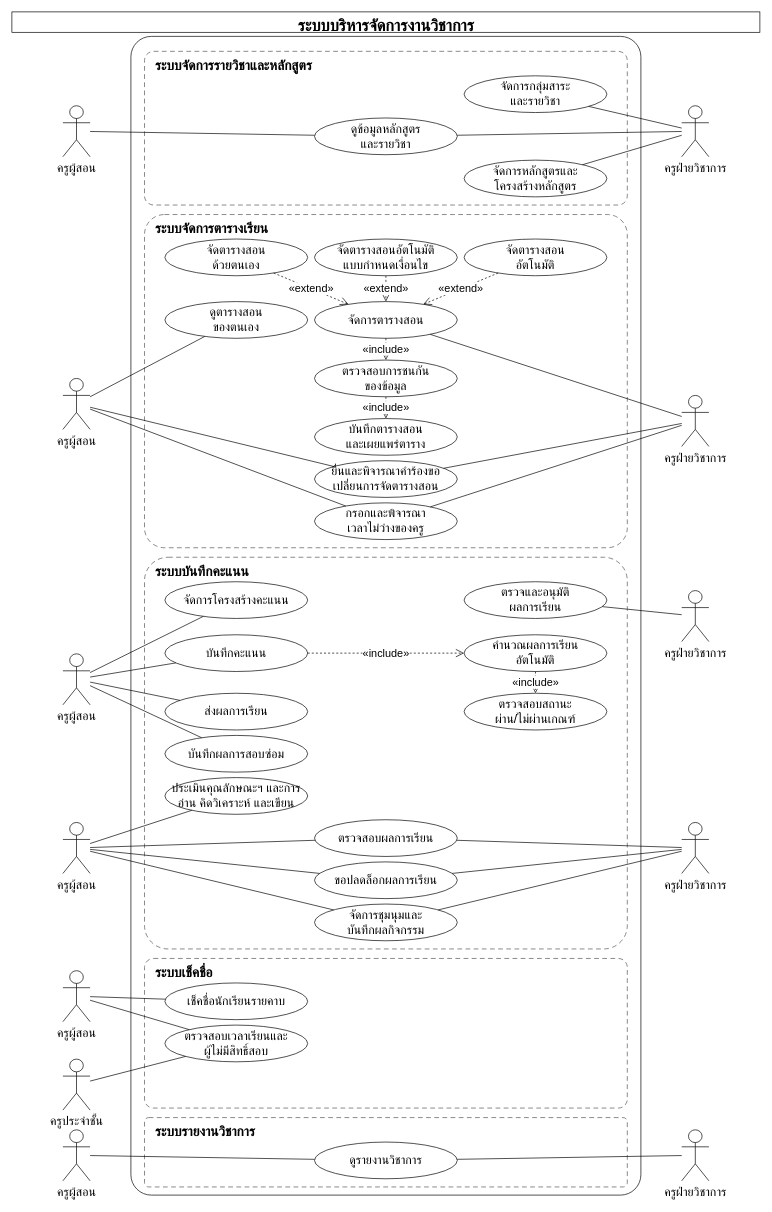
Above: docs/usecase/usecase.drawio in polymercatzz/Academic (draw.io), before the change. Source tidied: cells renumbered, new cells numbered last; positions are measured from the earlier drawing's top-left corner, leaving out a move shared by most shapes. Both pictures are drawn from the tidied source at 68%, with x=0, y=0 at pixel (12, 12).
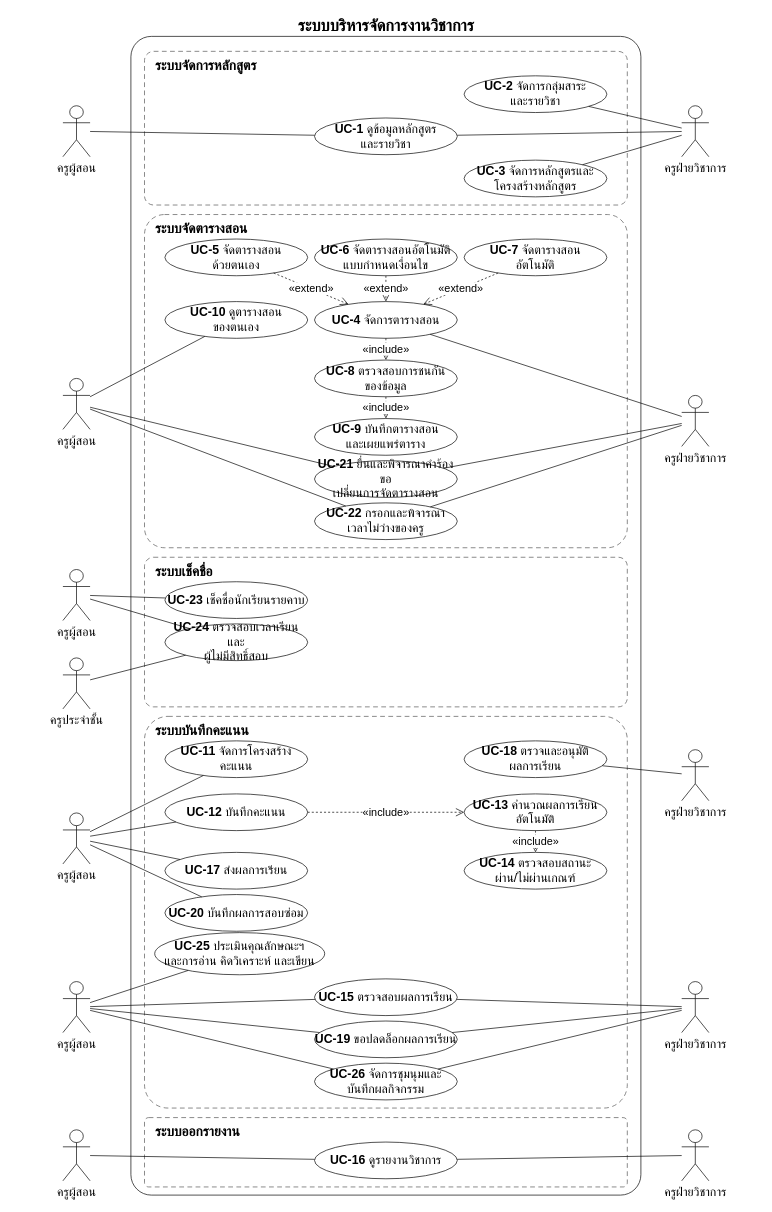
The same diagram, later.

Change to the diagram source:
```diff
@@
-    <mxCell id="2" value="ระบบบริหารจัดการงานวิชาการ" style="text;html=1;fontFamily=TH SarabunPSK;fontSize=18;fontColor=#000000;strokeColor=#000000;fontSize=24;fontStyle=1;align=center;" parent="1" vertex="1">
+    <mxCell id="2" value="ระบบบริหารจัดการงานวิชาการ" style="text;html=1;fontFamily=TH SarabunPSK;fontSize=18;fontColor=#000000;strokeColor=none;fontSize=24;fontStyle=1;align=center;" parent="1" vertex="1">
       <mxGeometry width="1100" height="30" as="geometry" />
     </mxCell>
@@
-    <mxCell id="4" value="ระบบจัดการรายวิชาและหลักสูตร" style="rounded=1;arcSize=6;dashed=1;dashPattern=7 5;fillColor=none;html=1;fontFamily=TH SarabunPSK;fontSize=18;fontColor=#000000;strokeColor=#000000;strokeColor=#555555;fontSize=20;fontStyle=1;align=left;verticalAlign=top;spacingLeft=14;spacingTop=2;" parent="1" vertex="1">
+    <mxCell id="4" value="ระบบจัดการหลักสูตร" style="rounded=1;arcSize=6;dashed=1;dashPattern=7 5;fillColor=none;html=1;fontFamily=TH SarabunPSK;fontSize=18;fontColor=#000000;strokeColor=#000000;strokeColor=#555555;fontSize=20;fontStyle=1;align=left;verticalAlign=top;spacingLeft=14;spacingTop=2;" parent="1" vertex="1">
       <mxGeometry x="195" y="58" width="710" height="226" as="geometry" />
     </mxCell>
-    <mxCell id="5" value="ระบบจัดการตารางเรียน" style="rounded=1;arcSize=6;dashed=1;dashPattern=7 5;fillColor=none;html=1;fontFamily=TH SarabunPSK;fontSize=18;fontColor=#000000;strokeColor=#000000;strokeColor=#555555;fontSize=20;fontStyle=1;align=left;verticalAlign=top;spacingLeft=14;spacingTop=2;" parent="1" vertex="1">
+    <mxCell id="5" value="ระบบจัดตารางสอน" style="rounded=1;arcSize=6;dashed=1;dashPattern=7 5;fillColor=none;html=1;fontFamily=TH SarabunPSK;fontSize=18;fontColor=#000000;strokeColor=#000000;strokeColor=#555555;fontSize=20;fontStyle=1;align=left;verticalAlign=top;spacingLeft=14;spacingTop=2;" parent="1" vertex="1">
       <mxGeometry x="195" y="298" width="710" height="490" as="geometry" />
     </mxCell>
     <mxCell id="6" value="ระบบบันทึกคะแนน" style="rounded=1;arcSize=6;dashed=1;dashPattern=7 5;fillColor=none;html=1;fontFamily=TH SarabunPSK;fontSize=18;fontColor=#000000;strokeColor=#000000;strokeColor=#555555;fontSize=20;fontStyle=1;align=left;verticalAlign=top;spacingLeft=14;spacingTop=2;" parent="1" vertex="1">
-      <mxGeometry x="195" y="802" width="710" height="576" as="geometry" />
+      <mxGeometry x="195" y="1036" width="710" height="576" as="geometry" />
     </mxCell>
     <mxCell id="7" value="ระบบเช็คชื่อ" style="rounded=1;arcSize=6;dashed=1;dashPattern=7 5;fillColor=none;html=1;fontFamily=TH SarabunPSK;fontSize=18;fontColor=#000000;strokeColor=#000000;strokeColor=#555555;fontSize=20;fontStyle=1;align=left;verticalAlign=top;spacingLeft=14;spacingTop=2;" parent="1" vertex="1">
-      <mxGeometry x="195" y="1392" width="710" height="220" as="geometry" />
+      <mxGeometry x="195" y="802" width="710" height="220" as="geometry" />
     </mxCell>
-    <mxCell id="8" value="ระบบรายงานวิชาการ" style="rounded=1;arcSize=6;dashed=1;dashPattern=7 5;fillColor=none;html=1;fontFamily=TH SarabunPSK;fontSize=18;fontColor=#000000;strokeColor=#000000;strokeColor=#555555;fontSize=20;fontStyle=1;align=left;verticalAlign=top;spacingLeft=14;spacingTop=2;" parent="1" vertex="1">
+    <mxCell id="8" value="ระบบออกรายงาน" style="rounded=1;arcSize=6;dashed=1;dashPattern=7 5;fillColor=none;html=1;fontFamily=TH SarabunPSK;fontSize=18;fontColor=#000000;strokeColor=#000000;strokeColor=#555555;fontSize=20;fontStyle=1;align=left;verticalAlign=top;spacingLeft=14;spacingTop=2;" parent="1" vertex="1">
       <mxGeometry x="195" y="1626" width="710" height="102" as="geometry" />
     </mxCell>
-    <mxCell id="9" value="จัดการกลุ่มสาระ&lt;br&gt;และรายวิชา" style="ellipse;whiteSpace=wrap;fillColor=#FFFFFF;html=1;fontFamily=TH SarabunPSK;fontSize=18;fontColor=#000000;strokeColor=#000000;" parent="1" vertex="1">
+    <mxCell id="9" value="&lt;b&gt;UC-2&lt;/b&gt; จัดการกลุ่มสาระ&lt;br&gt;และรายวิชา" style="ellipse;whiteSpace=wrap;fillColor=#FFFFFF;html=1;fontFamily=TH SarabunPSK;fontSize=18;fontColor=#000000;strokeColor=#000000;" parent="1" vertex="1">
       <mxGeometry x="665" y="94" width="210" height="54" as="geometry" />
     </mxCell>
-    <mxCell id="10" value="ดูข้อมูลหลักสูตร&lt;br&gt;และรายวิชา" style="ellipse;whiteSpace=wrap;fillColor=#FFFFFF;html=1;fontFamily=TH SarabunPSK;fontSize=18;fontColor=#000000;strokeColor=#000000;" parent="1" vertex="1">
+    <mxCell id="10" value="&lt;b&gt;UC-1&lt;/b&gt; ดูข้อมูลหลักสูตร&lt;br&gt;และรายวิชา" style="ellipse;whiteSpace=wrap;fillColor=#FFFFFF;html=1;fontFamily=TH SarabunPSK;fontSize=18;fontColor=#000000;strokeColor=#000000;" parent="1" vertex="1">
       <mxGeometry x="445" y="156" width="210" height="54" as="geometry" />
     </mxCell>
-    <mxCell id="11" value="จัดการหลักสูตรและ&lt;br&gt;โครงสร้างหลักสูตร" style="ellipse;whiteSpace=wrap;fillColor=#FFFFFF;html=1;fontFamily=TH SarabunPSK;fontSize=18;fontColor=#000000;strokeColor=#000000;" parent="1" vertex="1">
+    <mxCell id="11" value="&lt;b&gt;UC-3&lt;/b&gt; จัดการหลักสูตรและ&lt;br&gt;โครงสร้างหลักสูตร" style="ellipse;whiteSpace=wrap;fillColor=#FFFFFF;html=1;fontFamily=TH SarabunPSK;fontSize=18;fontColor=#000000;strokeColor=#000000;" parent="1" vertex="1">
       <mxGeometry x="665" y="218" width="210" height="54" as="geometry" />
     </mxCell>
-    <mxCell id="12" value="จัดตารางสอน&lt;br&gt;ด้วยตนเอง" style="ellipse;whiteSpace=wrap;fillColor=#FFFFFF;html=1;fontFamily=TH SarabunPSK;fontSize=18;fontColor=#000000;strokeColor=#000000;" parent="1" vertex="1">
+    <mxCell id="12" value="&lt;b&gt;UC-5&lt;/b&gt; จัดตารางสอน&lt;br&gt;ด้วยตนเอง" style="ellipse;whiteSpace=wrap;fillColor=#FFFFFF;html=1;fontFamily=TH SarabunPSK;fontSize=18;fontColor=#000000;strokeColor=#000000;" parent="1" vertex="1">
       <mxGeometry x="225" y="334" width="210" height="54" as="geometry" />
     </mxCell>
-    <mxCell id="13" value="จัดตารางสอนอัตโนมัติ&lt;br&gt;แบบกำหนดเงื่อนไข" style="ellipse;whiteSpace=wrap;fillColor=#FFFFFF;html=1;fontFamily=TH SarabunPSK;fontSize=18;fontColor=#000000;strokeColor=#000000;" parent="1" vertex="1">
+    <mxCell id="13" value="&lt;b&gt;UC-6&lt;/b&gt; จัดตารางสอนอัตโนมัติ&lt;br&gt;แบบกำหนดเงื่อนไข" style="ellipse;whiteSpace=wrap;fillColor=#FFFFFF;html=1;fontFamily=TH SarabunPSK;fontSize=18;fontColor=#000000;strokeColor=#000000;" parent="1" vertex="1">
       <mxGeometry x="445" y="334" width="210" height="54" as="geometry" />
     </mxCell>
-    <mxCell id="14" value="จัดตารางสอน&lt;br&gt;อัตโนมัติ" style="ellipse;whiteSpace=wrap;fillColor=#FFFFFF;html=1;fontFamily=TH SarabunPSK;fontSize=18;fontColor=#000000;strokeColor=#000000;" parent="1" vertex="1">
+    <mxCell id="14" value="&lt;b&gt;UC-7&lt;/b&gt; จัดตารางสอน&lt;br&gt;อัตโนมัติ" style="ellipse;whiteSpace=wrap;fillColor=#FFFFFF;html=1;fontFamily=TH SarabunPSK;fontSize=18;fontColor=#000000;strokeColor=#000000;" parent="1" vertex="1">
       <mxGeometry x="665" y="334" width="210" height="54" as="geometry" />
     </mxCell>
-    <mxCell id="15" value="ดูตารางสอน&lt;br&gt;ของตนเอง" style="ellipse;whiteSpace=wrap;fillColor=#FFFFFF;html=1;fontFamily=TH SarabunPSK;fontSize=18;fontColor=#000000;strokeColor=#000000;" parent="1" vertex="1">
+    <mxCell id="15" value="&lt;b&gt;UC-10&lt;/b&gt; ดูตารางสอน&lt;br&gt;ของตนเอง" style="ellipse;whiteSpace=wrap;fillColor=#FFFFFF;html=1;fontFamily=TH SarabunPSK;fontSize=18;fontColor=#000000;strokeColor=#000000;" parent="1" vertex="1">
       <mxGeometry x="225" y="426" width="210" height="54" as="geometry" />
     </mxCell>
-    <mxCell id="16" value="จัดการตารางสอน" style="ellipse;whiteSpace=wrap;fillColor=#FFFFFF;html=1;fontFamily=TH SarabunPSK;fontSize=18;fontColor=#000000;strokeColor=#000000;" parent="1" vertex="1">
+    <mxCell id="16" value="&lt;b&gt;UC-4&lt;/b&gt; จัดการตารางสอน" style="ellipse;whiteSpace=wrap;fillColor=#FFFFFF;html=1;fontFamily=TH SarabunPSK;fontSize=18;fontColor=#000000;strokeColor=#000000;" parent="1" vertex="1">
       <mxGeometry x="445" y="426" width="210" height="54" as="geometry" />
     </mxCell>
-    <mxCell id="17" value="ตรวจสอบการชนกัน&lt;br&gt;ของข้อมูล" style="ellipse;whiteSpace=wrap;fillColor=#FFFFFF;html=1;fontFamily=TH SarabunPSK;fontSize=18;fontColor=#000000;strokeColor=#000000;" parent="1" vertex="1">
+    <mxCell id="17" value="&lt;b&gt;UC-8&lt;/b&gt; ตรวจสอบการชนกัน&lt;br&gt;ของข้อมูล" style="ellipse;whiteSpace=wrap;fillColor=#FFFFFF;html=1;fontFamily=TH SarabunPSK;fontSize=18;fontColor=#000000;strokeColor=#000000;" parent="1" vertex="1">
       <mxGeometry x="445" y="512" width="210" height="54" as="geometry" />
     </mxCell>
-    <mxCell id="18" value="บันทึกตารางสอน&lt;br&gt;และเผยแพร่ตาราง" style="ellipse;whiteSpace=wrap;fillColor=#FFFFFF;html=1;fontFamily=TH SarabunPSK;fontSize=18;fontColor=#000000;strokeColor=#000000;" parent="1" vertex="1">
+    <mxCell id="18" value="&lt;b&gt;UC-9&lt;/b&gt; บันทึกตารางสอน&lt;br&gt;และเผยแพร่ตาราง" style="ellipse;whiteSpace=wrap;fillColor=#FFFFFF;html=1;fontFamily=TH SarabunPSK;fontSize=18;fontColor=#000000;strokeColor=#000000;" parent="1" vertex="1">
       <mxGeometry x="445" y="598" width="210" height="54" as="geometry" />
     </mxCell>
-    <mxCell id="19" value="ยื่นและพิจารณาคำร้องขอ&lt;br&gt;เปลี่ยนการจัดตารางสอน" style="ellipse;whiteSpace=wrap;fillColor=#FFFFFF;html=1;fontFamily=TH SarabunPSK;fontSize=18;fontColor=#000000;strokeColor=#000000;" parent="1" vertex="1">
+    <mxCell id="19" value="&lt;b&gt;UC-21&lt;/b&gt; ยื่นและพิจารณาคำร้องขอ&lt;br&gt;เปลี่ยนการจัดตารางสอน" style="ellipse;whiteSpace=wrap;fillColor=#FFFFFF;html=1;fontFamily=TH SarabunPSK;fontSize=18;fontColor=#000000;strokeColor=#000000;" parent="1" vertex="1">
       <mxGeometry x="445" y="660" width="210" height="54" as="geometry" />
     </mxCell>
-    <mxCell id="20" value="กรอกและพิจารณา&lt;br&gt;เวลาไม่ว่างของครู" style="ellipse;whiteSpace=wrap;fillColor=#FFFFFF;html=1;fontFamily=TH SarabunPSK;fontSize=18;fontColor=#000000;strokeColor=#000000;" parent="1" vertex="1">
+    <mxCell id="20" value="&lt;b&gt;UC-22&lt;/b&gt; กรอกและพิจารณา&lt;br&gt;เวลาไม่ว่างของครู" style="ellipse;whiteSpace=wrap;fillColor=#FFFFFF;html=1;fontFamily=TH SarabunPSK;fontSize=18;fontColor=#000000;strokeColor=#000000;" parent="1" vertex="1">
       <mxGeometry x="445" y="722" width="210" height="54" as="geometry" />
     </mxCell>
-    <mxCell id="21" value="จัดการโครงสร้างคะแนน" style="ellipse;whiteSpace=wrap;fillColor=#FFFFFF;html=1;fontFamily=TH SarabunPSK;fontSize=18;fontColor=#000000;strokeColor=#000000;" parent="1" vertex="1">
-      <mxGeometry x="225" y="838" width="210" height="54" as="geometry" />
+    <mxCell id="21" value="&lt;b&gt;UC-11&lt;/b&gt; จัดการโครงสร้างคะแนน" style="ellipse;whiteSpace=wrap;fillColor=#FFFFFF;html=1;fontFamily=TH SarabunPSK;fontSize=18;fontColor=#000000;strokeColor=#000000;" parent="1" vertex="1">
+      <mxGeometry x="225" y="1072" width="210" height="54" as="geometry" />
     </mxCell>
-    <mxCell id="22" value="ตรวจและอนุมัติ&lt;br&gt;ผลการเรียน" style="ellipse;whiteSpace=wrap;fillColor=#FFFFFF;html=1;fontFamily=TH SarabunPSK;fontSize=18;fontColor=#000000;strokeColor=#000000;" parent="1" vertex="1">
-      <mxGeometry x="665" y="838" width="210" height="54" as="geometry" />
+    <mxCell id="22" value="&lt;b&gt;UC-18&lt;/b&gt; ตรวจและอนุมัติ&lt;br&gt;ผลการเรียน" style="ellipse;whiteSpace=wrap;fillColor=#FFFFFF;html=1;fontFamily=TH SarabunPSK;fontSize=18;fontColor=#000000;strokeColor=#000000;" parent="1" vertex="1">
+      <mxGeometry x="665" y="1072" width="210" height="54" as="geometry" />
     </mxCell>
-    <mxCell id="23" value="บันทึกคะแนน" style="ellipse;whiteSpace=wrap;fillColor=#FFFFFF;html=1;fontFamily=TH SarabunPSK;fontSize=18;fontColor=#000000;strokeColor=#000000;" parent="1" vertex="1">
-      <mxGeometry x="225" y="916" width="210" height="54" as="geometry" />
+    <mxCell id="23" value="&lt;b&gt;UC-12&lt;/b&gt; บันทึกคะแนน" style="ellipse;whiteSpace=wrap;fillColor=#FFFFFF;html=1;fontFamily=TH SarabunPSK;fontSize=18;fontColor=#000000;strokeColor=#000000;" parent="1" vertex="1">
+      <mxGeometry x="225" y="1150" width="210" height="54" as="geometry" />
     </mxCell>
-    <mxCell id="24" value="คำนวณผลการเรียน&lt;br&gt;อัตโนมัติ" style="ellipse;whiteSpace=wrap;fillColor=#FFFFFF;html=1;fontFamily=TH SarabunPSK;fontSize=18;fontColor=#000000;strokeColor=#000000;" parent="1" vertex="1">
-      <mxGeometry x="665" y="916" width="210" height="54" as="geometry" />
+    <mxCell id="24" value="&lt;b&gt;UC-13&lt;/b&gt; คำนวณผลการเรียน&lt;br&gt;อัตโนมัติ" style="ellipse;whiteSpace=wrap;fillColor=#FFFFFF;html=1;fontFamily=TH SarabunPSK;fontSize=18;fontColor=#000000;strokeColor=#000000;" parent="1" vertex="1">
+      <mxGeometry x="665" y="1150" width="210" height="54" as="geometry" />
     </mxCell>
-    <mxCell id="25" value="ส่งผลการเรียน" style="ellipse;whiteSpace=wrap;fillColor=#FFFFFF;html=1;fontFamily=TH SarabunPSK;fontSize=18;fontColor=#000000;strokeColor=#000000;" parent="1" vertex="1">
-      <mxGeometry x="225" y="1002" width="210" height="54" as="geometry" />
+    <mxCell id="25" value="&lt;b&gt;UC-17&lt;/b&gt; ส่งผลการเรียน" style="ellipse;whiteSpace=wrap;fillColor=#FFFFFF;html=1;fontFamily=TH SarabunPSK;fontSize=18;fontColor=#000000;strokeColor=#000000;" parent="1" vertex="1">
+      <mxGeometry x="225" y="1236" width="210" height="54" as="geometry" />
     </mxCell>
-    <mxCell id="26" value="ตรวจสอบสถานะ&lt;br&gt;ผ่าน/ไม่ผ่านเกณฑ์" style="ellipse;whiteSpace=wrap;fillColor=#FFFFFF;html=1;fontFamily=TH SarabunPSK;fontSize=18;fontColor=#000000;strokeColor=#000000;" parent="1" vertex="1">
-      <mxGeometry x="665" y="1002" width="210" height="54" as="geometry" />
+    <mxCell id="26" value="&lt;b&gt;UC-14&lt;/b&gt; ตรวจสอบสถานะ&lt;br&gt;ผ่าน/ไม่ผ่านเกณฑ์" style="ellipse;whiteSpace=wrap;fillColor=#FFFFFF;html=1;fontFamily=TH SarabunPSK;fontSize=18;fontColor=#000000;strokeColor=#000000;" parent="1" vertex="1">
+      <mxGeometry x="665" y="1236" width="210" height="54" as="geometry" />
     </mxCell>
-    <mxCell id="27" value="บันทึกผลการสอบซ่อม" style="ellipse;whiteSpace=wrap;fillColor=#FFFFFF;html=1;fontFamily=TH SarabunPSK;fontSize=18;fontColor=#000000;strokeColor=#000000;" parent="1" vertex="1">
-      <mxGeometry x="225" y="1064" width="210" height="54" as="geometry" />
+    <mxCell id="27" value="&lt;b&gt;UC-20&lt;/b&gt; บันทึกผลการสอบซ่อม" style="ellipse;whiteSpace=wrap;fillColor=#FFFFFF;html=1;fontFamily=TH SarabunPSK;fontSize=18;fontColor=#000000;strokeColor=#000000;" parent="1" vertex="1">
+      <mxGeometry x="225" y="1298" width="210" height="54" as="geometry" />
     </mxCell>
-    <mxCell id="28" value="ประเมินคุณลักษณะฯ และการ&lt;br&gt;อ่าน คิดวิเคราะห์ และเขียน" style="ellipse;whiteSpace=wrap;fillColor=#FFFFFF;html=1;fontFamily=TH SarabunPSK;fontSize=18;fontColor=#000000;strokeColor=#000000;" parent="1" vertex="1">
-      <mxGeometry x="225" y="1126" width="210" height="54" as="geometry" />
+    <mxCell id="28" value="&lt;b&gt;UC-25&lt;/b&gt; ประเมินคุณลักษณะฯ&lt;br&gt;และการอ่าน คิดวิเคราะห์ และเขียน" style="ellipse;whiteSpace=wrap;fillColor=#FFFFFF;html=1;fontFamily=TH SarabunPSK;fontSize=18;fontColor=#000000;strokeColor=#000000;" parent="1" vertex="1">
+      <mxGeometry x="210" y="1354" width="250" height="62" as="geometry" />
     </mxCell>
-    <mxCell id="29" value="ตรวจสอบผลการเรียน" style="ellipse;whiteSpace=wrap;fillColor=#FFFFFF;html=1;fontFamily=TH SarabunPSK;fontSize=18;fontColor=#000000;strokeColor=#000000;" parent="1" vertex="1">
-      <mxGeometry x="445" y="1188" width="210" height="54" as="geometry" />
+    <mxCell id="29" value="&lt;b&gt;UC-15&lt;/b&gt; ตรวจสอบผลการเรียน" style="ellipse;whiteSpace=wrap;fillColor=#FFFFFF;html=1;fontFamily=TH SarabunPSK;fontSize=18;fontColor=#000000;strokeColor=#000000;" parent="1" vertex="1">
+      <mxGeometry x="445" y="1422" width="210" height="54" as="geometry" />
     </mxCell>
-    <mxCell id="30" value="ขอปลดล็อกผลการเรียน" style="ellipse;whiteSpace=wrap;fillColor=#FFFFFF;html=1;fontFamily=TH SarabunPSK;fontSize=18;fontColor=#000000;strokeColor=#000000;" parent="1" vertex="1">
-      <mxGeometry x="445" y="1250" width="210" height="54" as="geometry" />
+    <mxCell id="30" value="&lt;b&gt;UC-19&lt;/b&gt; ขอปลดล็อกผลการเรียน" style="ellipse;whiteSpace=wrap;fillColor=#FFFFFF;html=1;fontFamily=TH SarabunPSK;fontSize=18;fontColor=#000000;strokeColor=#000000;" parent="1" vertex="1">
+      <mxGeometry x="445" y="1484" width="210" height="54" as="geometry" />
     </mxCell>
-    <mxCell id="31" value="จัดการชุมนุมและ&lt;br&gt;บันทึกผลกิจกรรม" style="ellipse;whiteSpace=wrap;fillColor=#FFFFFF;html=1;fontFamily=TH SarabunPSK;fontSize=18;fontColor=#000000;strokeColor=#000000;" parent="1" vertex="1">
-      <mxGeometry x="445" y="1312" width="210" height="54" as="geometry" />
+    <mxCell id="31" value="&lt;b&gt;UC-26&lt;/b&gt; จัดการชุมนุมและ&lt;br&gt;บันทึกผลกิจกรรม" style="ellipse;whiteSpace=wrap;fillColor=#FFFFFF;html=1;fontFamily=TH SarabunPSK;fontSize=18;fontColor=#000000;strokeColor=#000000;" parent="1" vertex="1">
+      <mxGeometry x="445" y="1546" width="210" height="54" as="geometry" />
     </mxCell>
-    <mxCell id="32" value="เช็คชื่อนักเรียนรายคาบ" style="ellipse;whiteSpace=wrap;fillColor=#FFFFFF;html=1;fontFamily=TH SarabunPSK;fontSize=18;fontColor=#000000;strokeColor=#000000;" parent="1" vertex="1">
-      <mxGeometry x="225" y="1428" width="210" height="54" as="geometry" />
+    <mxCell id="32" value="&lt;b&gt;UC-23&lt;/b&gt; เช็คชื่อนักเรียนรายคาบ" style="ellipse;whiteSpace=wrap;fillColor=#FFFFFF;html=1;fontFamily=TH SarabunPSK;fontSize=18;fontColor=#000000;strokeColor=#000000;" parent="1" vertex="1">
+      <mxGeometry x="225" y="838" width="210" height="54" as="geometry" />
     </mxCell>
-    <mxCell id="33" value="ตรวจสอบเวลาเรียนและ&lt;br&gt;ผู้ไม่มีสิทธิ์สอบ" style="ellipse;whiteSpace=wrap;fillColor=#FFFFFF;html=1;fontFamily=TH SarabunPSK;fontSize=18;fontColor=#000000;strokeColor=#000000;" parent="1" vertex="1">
-      <mxGeometry x="225" y="1490" width="210" height="54" as="geometry" />
+    <mxCell id="33" value="&lt;b&gt;UC-24&lt;/b&gt; ตรวจสอบเวลาเรียนและ&lt;br&gt;ผู้ไม่มีสิทธิ์สอบ" style="ellipse;whiteSpace=wrap;fillColor=#FFFFFF;html=1;fontFamily=TH SarabunPSK;fontSize=18;fontColor=#000000;strokeColor=#000000;" parent="1" vertex="1">
+      <mxGeometry x="225" y="900" width="210" height="54" as="geometry" />
     </mxCell>
-    <mxCell id="34" value="ดูรายงานวิชาการ" style="ellipse;whiteSpace=wrap;fillColor=#FFFFFF;html=1;fontFamily=TH SarabunPSK;fontSize=18;fontColor=#000000;strokeColor=#000000;" parent="1" vertex="1">
+    <mxCell id="34" value="&lt;b&gt;UC-16&lt;/b&gt; ดูรายงานวิชาการ" style="ellipse;whiteSpace=wrap;fillColor=#FFFFFF;html=1;fontFamily=TH SarabunPSK;fontSize=18;fontColor=#000000;strokeColor=#000000;" parent="1" vertex="1">
       <mxGeometry x="445" y="1662" width="210" height="54" as="geometry" />
     </mxCell>
@@
     <mxCell id="39" value="ครูผู้สอน" style="shape=umlActor;verticalLabelPosition=bottom;verticalAlign=top;fillColor=#FFFFFF;html=1;fontFamily=TH SarabunPSK;fontSize=18;fontColor=#000000;strokeColor=#000000;" parent="1" vertex="1">
-      <mxGeometry x="75" y="944" width="40" height="75" as="geometry" />
+      <mxGeometry x="75" y="1178" width="40" height="75" as="geometry" />
     </mxCell>
     <mxCell id="40" value="ครูผู้สอน" style="shape=umlActor;verticalLabelPosition=bottom;verticalAlign=top;fillColor=#FFFFFF;html=1;fontFamily=TH SarabunPSK;fontSize=18;fontColor=#000000;strokeColor=#000000;" parent="1" vertex="1">
-      <mxGeometry x="75" y="1192" width="40" height="75" as="geometry" />
+      <mxGeometry x="75" y="1426" width="40" height="75" as="geometry" />
     </mxCell>
     <mxCell id="41" value="ครูฝ่ายวิชาการ" style="shape=umlActor;verticalLabelPosition=bottom;verticalAlign=top;fillColor=#FFFFFF;html=1;fontFamily=TH SarabunPSK;fontSize=18;fontColor=#000000;strokeColor=#000000;" parent="1" vertex="1">
-      <mxGeometry x="985" y="851" width="40" height="75" as="geometry" />
+      <mxGeometry x="985" y="1085" width="40" height="75" as="geometry" />
     </mxCell>
     <mxCell id="42" value="ครูฝ่ายวิชาการ" style="shape=umlActor;verticalLabelPosition=bottom;verticalAlign=top;fillColor=#FFFFFF;html=1;fontFamily=TH SarabunPSK;fontSize=18;fontColor=#000000;strokeColor=#000000;" parent="1" vertex="1">
-      <mxGeometry x="985" y="1192" width="40" height="75" as="geometry" />
+      <mxGeometry x="985" y="1426" width="40" height="75" as="geometry" />
     </mxCell>
     <mxCell id="43" value="ครูผู้สอน" style="shape=umlActor;verticalLabelPosition=bottom;verticalAlign=top;fillColor=#FFFFFF;html=1;fontFamily=TH SarabunPSK;fontSize=18;fontColor=#000000;strokeColor=#000000;" parent="1" vertex="1">
-      <mxGeometry x="75" y="1410" width="40" height="75" as="geometry" />
+      <mxGeometry x="75" y="820" width="40" height="75" as="geometry" />
     </mxCell>
     <mxCell id="44" value="ครูประจำชั้น" style="shape=umlActor;verticalLabelPosition=bottom;verticalAlign=top;fillColor=#FFFFFF;html=1;fontFamily=TH SarabunPSK;fontSize=18;fontColor=#000000;strokeColor=#000000;" parent="1" vertex="1">
-      <mxGeometry x="75" y="1540" width="40" height="75" as="geometry" />
+      <mxGeometry x="75" y="950" width="40" height="75" as="geometry" />
     </mxCell>
```
